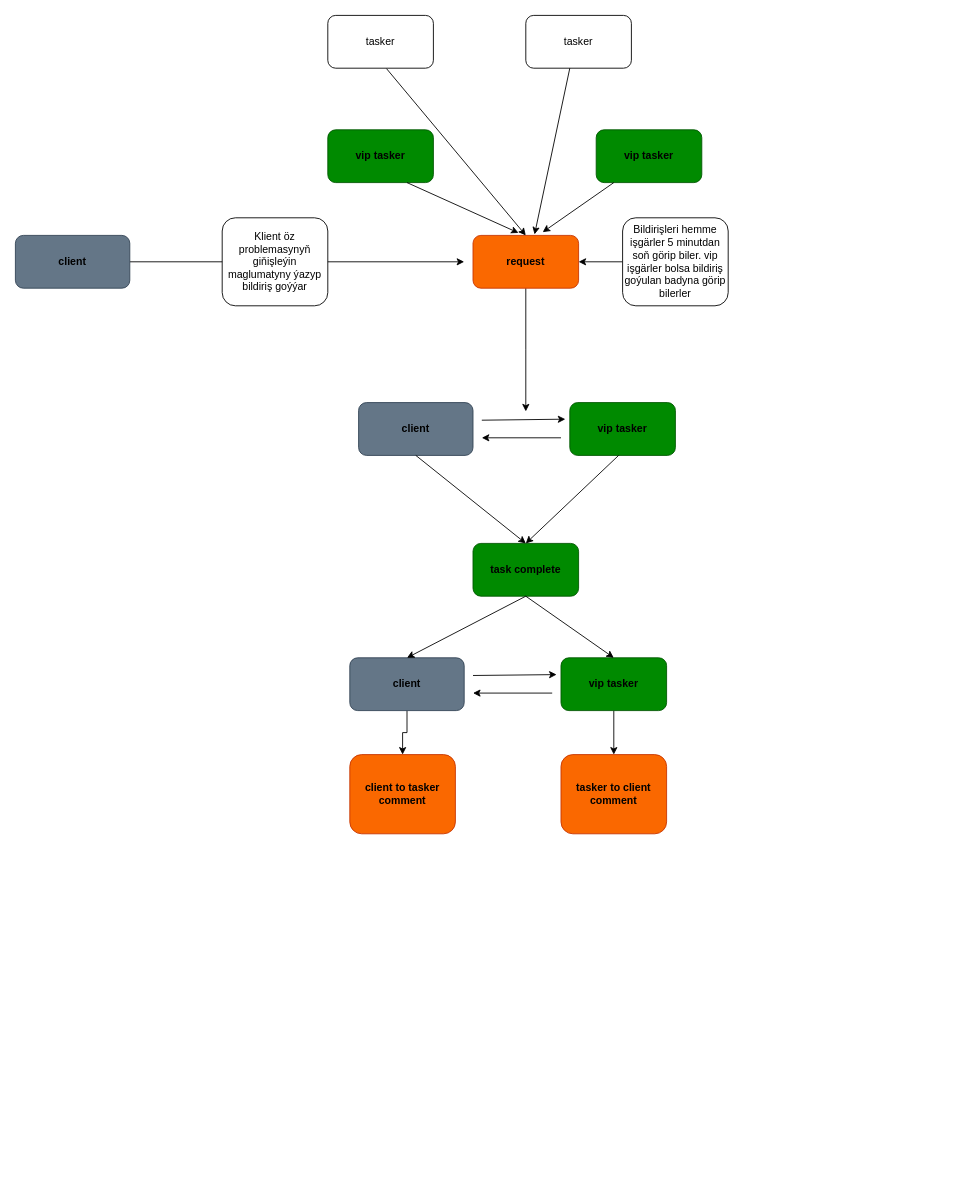
This is Untitled Diagram.drawio from kakovv/demo, a draw.io file, before an edit. Source tidied: cells renumbered, new cells numbered last; positions are measured from the earlier drawing's top-left corner, leaving out a move shared by most shapes. Both pictures are drawn from the tidied source at 88%, with x=0, y=0 at pixel (15, 15).
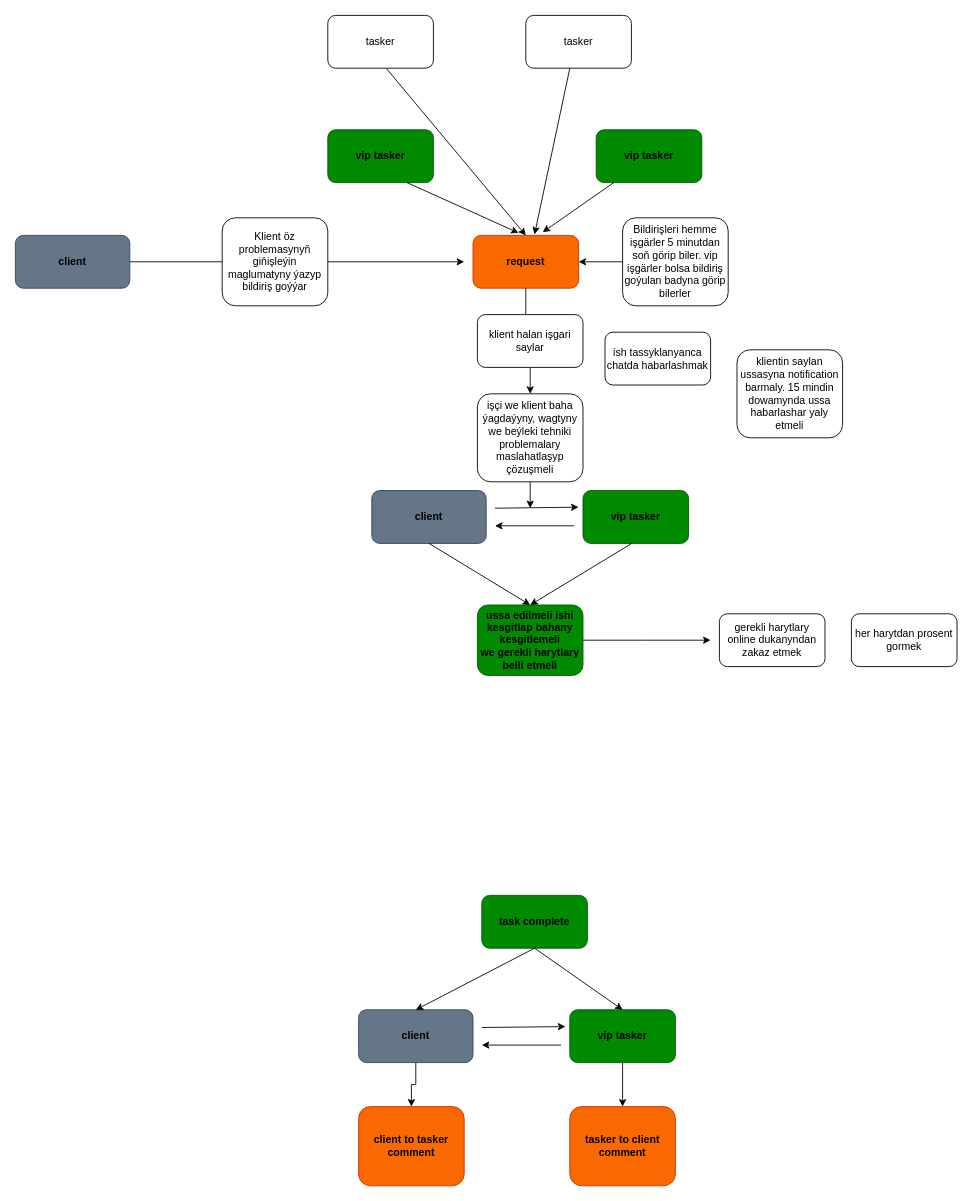
Above is the later version.

Unchanged cells that the change refers to:
```xml
<mxCell id="5" value="&lt;b&gt;request&lt;/b&gt;" style="rounded=1;whiteSpace=wrap;html=1;fillColor=#fa6800;fontColor=#000000;strokeColor=#C73500;" parent="1" vertex="1">
  <mxGeometry x="520" y="250" width="120" height="60" as="geometry" />
</mxCell>
```

Diff of the diagram source:
```diff
@@
-    <mxCell id="4" style="edgeStyle=orthogonalEdgeStyle;rounded=0;jettySize=auto;html=1;" parent="1" edge="1" source="5">
-      <mxGeometry relative="1" as="geometry">
-        <mxPoint x="580" y="450" as="targetPoint" />
-      </mxGeometry>
-    </mxCell>
@@
     <mxCell id="14" value="&lt;font color=&quot;#000000&quot;&gt;&lt;b&gt;vip tasker&lt;/b&gt;&lt;/font&gt;" style="rounded=1;whiteSpace=wrap;html=1;fillColor=#008a00;fontColor=#ffffff;strokeColor=#005700;" parent="1" vertex="1">
-      <mxGeometry x="630" y="440" width="120" height="60" as="geometry" />
+      <mxGeometry x="645" y="540" width="120" height="60" as="geometry" />
     </mxCell>
     <mxCell id="15" value="&lt;font color=&quot;#000000&quot;&gt;&lt;b&gt;client&lt;/b&gt;&lt;/font&gt;" style="rounded=1;whiteSpace=wrap;html=1;fillColor=#647687;strokeColor=#314354;fontColor=#ffffff;" parent="1" vertex="1">
-      <mxGeometry x="390" y="440" width="130" height="60" as="geometry" />
+      <mxGeometry x="405" y="540" width="130" height="60" as="geometry" />
     </mxCell>
     <mxCell id="16" style="endArrow=classic;html=1;rounded=0;entryX=-0.042;entryY=0.314;entryDx=0;entryDy=0;entryPerimeter=0;" parent="1" edge="1" target="14">
       <mxGeometry relative="1" as="geometry">
-        <mxPoint x="530" y="460" as="sourcePoint" />
+        <mxPoint x="545" y="560" as="sourcePoint" />
       </mxGeometry>
     </mxCell>
     <mxCell id="17" style="endArrow=classic;html=1;rounded=0;" parent="1" edge="1">
       <mxGeometry relative="1" as="geometry">
-        <mxPoint x="620" y="480" as="sourcePoint" />
-        <mxPoint x="530" y="480" as="targetPoint" />
+        <mxPoint x="635" y="580" as="sourcePoint" />
+        <mxPoint x="545" y="580" as="targetPoint" />
       </mxGeometry>
     </mxCell>
     <mxCell id="18" value="&lt;b&gt;&lt;font color=&quot;#000000&quot;&gt;task complete&lt;/font&gt;&lt;/b&gt;" style="rounded=1;whiteSpace=wrap;html=1;fillColor=#008a00;fontColor=#ffffff;strokeColor=#005700;" parent="1" vertex="1">
-      <mxGeometry x="520" y="600" width="120" height="60" as="geometry" />
+      <mxGeometry x="530" y="1000" width="120" height="60" as="geometry" />
     </mxCell>
-    <mxCell id="19" style="endArrow=classic;html=1;rounded=0;exitX=0.5;exitY=1;exitDx=0;exitDy=0;entryX=0.5;entryY=0;entryDx=0;entryDy=0;" parent="1" edge="1" source="15" target="18">
+    <mxCell id="19" style="endArrow=classic;html=1;rounded=0;exitX=0.5;exitY=1;exitDx=0;exitDy=0;entryX=0.5;entryY=0;entryDx=0;entryDy=0;" parent="1" edge="1" source="15" target="39">
       <mxGeometry relative="1" as="geometry" />
     </mxCell>
-    <mxCell id="20" style="endArrow=classic;html=1;rounded=0;exitX=0.535;exitY=1.055;exitDx=0;exitDy=0;exitPerimeter=0;entryX=0.5;entryY=0;entryDx=0;entryDy=0;" parent="1" edge="1" target="18">
+    <mxCell id="20" style="endArrow=classic;html=1;rounded=0;exitX=0.535;exitY=1.055;exitDx=0;exitDy=0;exitPerimeter=0;entryX=0.5;entryY=0;entryDx=0;entryDy=0;" parent="1" edge="1" target="39">
       <mxGeometry relative="1" as="geometry">
-        <mxPoint x="685.5" y="500" as="sourcePoint" />
+        <mxPoint x="700.5" y="600" as="sourcePoint" />
       </mxGeometry>
     </mxCell>
@@
     <mxCell id="22" value="&lt;font color=&quot;#000000&quot;&gt;&lt;b&gt;vip tasker&lt;/b&gt;&lt;/font&gt;" style="rounded=1;whiteSpace=wrap;html=1;fillColor=#008a00;fontColor=#ffffff;strokeColor=#005700;" parent="1" vertex="1">
-      <mxGeometry x="620" y="730" width="120" height="60" as="geometry" />
+      <mxGeometry x="630" y="1130" width="120" height="60" as="geometry" />
     </mxCell>
@@
     <mxCell id="24" value="&lt;font color=&quot;#000000&quot;&gt;&lt;b&gt;client&lt;/b&gt;&lt;/font&gt;" style="rounded=1;whiteSpace=wrap;html=1;fillColor=#647687;strokeColor=#314354;fontColor=#ffffff;" parent="1" vertex="1">
-      <mxGeometry x="380" y="730" width="130" height="60" as="geometry" />
+      <mxGeometry x="390" y="1130" width="130" height="60" as="geometry" />
     </mxCell>
     <mxCell id="25" style="endArrow=classic;html=1;rounded=0;entryX=-0.042;entryY=0.314;entryDx=0;entryDy=0;entryPerimeter=0;" parent="1" edge="1">
       <mxGeometry relative="1" as="geometry">
-        <mxPoint x="520" y="750.1" as="sourcePoint" />
-        <mxPoint x="615" y="749.1" as="targetPoint" />
+        <mxPoint x="530" y="1150.1" as="sourcePoint" />
+        <mxPoint x="625" y="1149.1" as="targetPoint" />
       </mxGeometry>
     </mxCell>
     <mxCell id="26" style="endArrow=classic;html=1;rounded=0;" parent="1" edge="1">
       <mxGeometry relative="1" as="geometry">
-        <mxPoint x="610" y="770.1" as="sourcePoint" />
-        <mxPoint x="520" y="770.1" as="targetPoint" />
+        <mxPoint x="620" y="1170.1" as="sourcePoint" />
+        <mxPoint x="530" y="1170.1" as="targetPoint" />
       </mxGeometry>
     </mxCell>
     <mxCell id="27" value="&lt;b&gt;client to tasker comment&lt;/b&gt;" style="rounded=1;whiteSpace=wrap;html=1;fillColor=#fa6800;fontColor=#000000;strokeColor=#C73500;" parent="1" vertex="1">
-      <mxGeometry x="380" y="840" width="120" height="90" as="geometry" />
+      <mxGeometry x="390" y="1240" width="120" height="90" as="geometry" />
     </mxCell>
     <mxCell id="28" value="&lt;b&gt;tasker to client comment&lt;/b&gt;" style="rounded=1;whiteSpace=wrap;html=1;fillColor=#fa6800;fontColor=#000000;strokeColor=#C73500;" parent="1" vertex="1">
-      <mxGeometry x="620" y="840" width="120" height="90" as="geometry" />
+      <mxGeometry x="630" y="1240" width="120" height="90" as="geometry" />
     </mxCell>
@@
     <mxCell id="30" style="endArrow=classic;html=1;rounded=0;exitX=0.5;exitY=1;exitDx=0;exitDy=0;entryX=0.5;entryY=0;entryDx=0;entryDy=0;" parent="1" edge="1" target="24">
       <mxGeometry relative="1" as="geometry">
-        <mxPoint x="580" y="660" as="sourcePoint" />
+        <mxPoint x="590" y="1060" as="sourcePoint" />
       </mxGeometry>
     </mxCell>
@@
+    <mxCell id="34" style="edgeStyle=orthogonalEdgeStyle;rounded=0;jettySize=auto;html=1;" parent="1" edge="1" source="5" target="36">
+      <mxGeometry relative="1" as="geometry" />
+    </mxCell>
+    <mxCell id="35" style="edgeStyle=orthogonalEdgeStyle;rounded=0;jettySize=auto;html=1;" parent="1" edge="1" source="36">
+      <mxGeometry relative="1" as="geometry">
+        <mxPoint x="585" y="560" as="targetPoint" />
+      </mxGeometry>
+    </mxCell>
+    <mxCell id="36" value="işçi we klient baha ýagdaýyny, wagtyny we beýleki tehniki problemalary maslahatlaşyp çözuşmeli" style="rounded=1;whiteSpace=wrap;html=1;" parent="1" vertex="1">
+      <mxGeometry x="525" y="430" width="120" height="100" as="geometry" />
+    </mxCell>
+    <mxCell id="37" value="klient halan işgari saylar" style="rounded=1;whiteSpace=wrap;html=1;" parent="1" vertex="1">
+      <mxGeometry x="525" y="340" width="120" height="60" as="geometry" />
+    </mxCell>
+    <mxCell id="38" style="edgeStyle=orthogonalEdgeStyle;rounded=0;jettySize=auto;html=1;" parent="1" edge="1" source="39">
+      <mxGeometry relative="1" as="geometry">
+        <mxPoint x="790" y="710" as="targetPoint" />
+      </mxGeometry>
+    </mxCell>
+    <mxCell id="39" value="&lt;b&gt;&lt;font color=&quot;#000000&quot;&gt;ussa edilmeli ishi kesgitlap bahany kesgitlemeli&lt;br&gt;we gerekli harytlary belli etmeli&lt;br&gt;&lt;/font&gt;&lt;/b&gt;" style="rounded=1;whiteSpace=wrap;html=1;fillColor=#008a00;fontColor=#ffffff;strokeColor=#005700;" parent="1" vertex="1">
+      <mxGeometry x="525" y="670" width="120" height="80" as="geometry" />
+    </mxCell>
+    <mxCell id="40" value="gerekli harytlary online dukanyndan zakaz etmek" style="rounded=1;whiteSpace=wrap;html=1;" parent="1" vertex="1">
+      <mxGeometry x="800" y="680" width="120" height="60" as="geometry" />
+    </mxCell>
+    <mxCell id="41" value="her harytdan prosent gormek" style="rounded=1;whiteSpace=wrap;html=1;" parent="1" vertex="1">
+      <mxGeometry x="950" y="680" width="120" height="60" as="geometry" />
+    </mxCell>
+    <mxCell id="42" style="edgeStyle=orthogonalEdgeStyle;rounded=0;jettySize=auto;html=1;exitX=0.5;exitY=1;exitDx=0;exitDy=0;" parent="1" edge="1" source="43">
+      <mxGeometry relative="1" as="geometry">
+        <mxPoint x="880.3" y="480" as="targetPoint" />
+      </mxGeometry>
+    </mxCell>
+    <mxCell id="43" value="klientin saylan ussasyna notification barmaly. 15 mindin dowamynda ussa habarlashar yaly etmeli" style="rounded=1;whiteSpace=wrap;html=1;" parent="1" vertex="1">
+      <mxGeometry x="820" y="380" width="120" height="100" as="geometry" />
+    </mxCell>
+    <mxCell id="44" value="ish tassyklanyanca chatda habarlashmak" style="rounded=1;whiteSpace=wrap;html=1;" parent="1" vertex="1">
+      <mxGeometry x="670" y="360" width="120" height="60" as="geometry" />
+    </mxCell>
```
